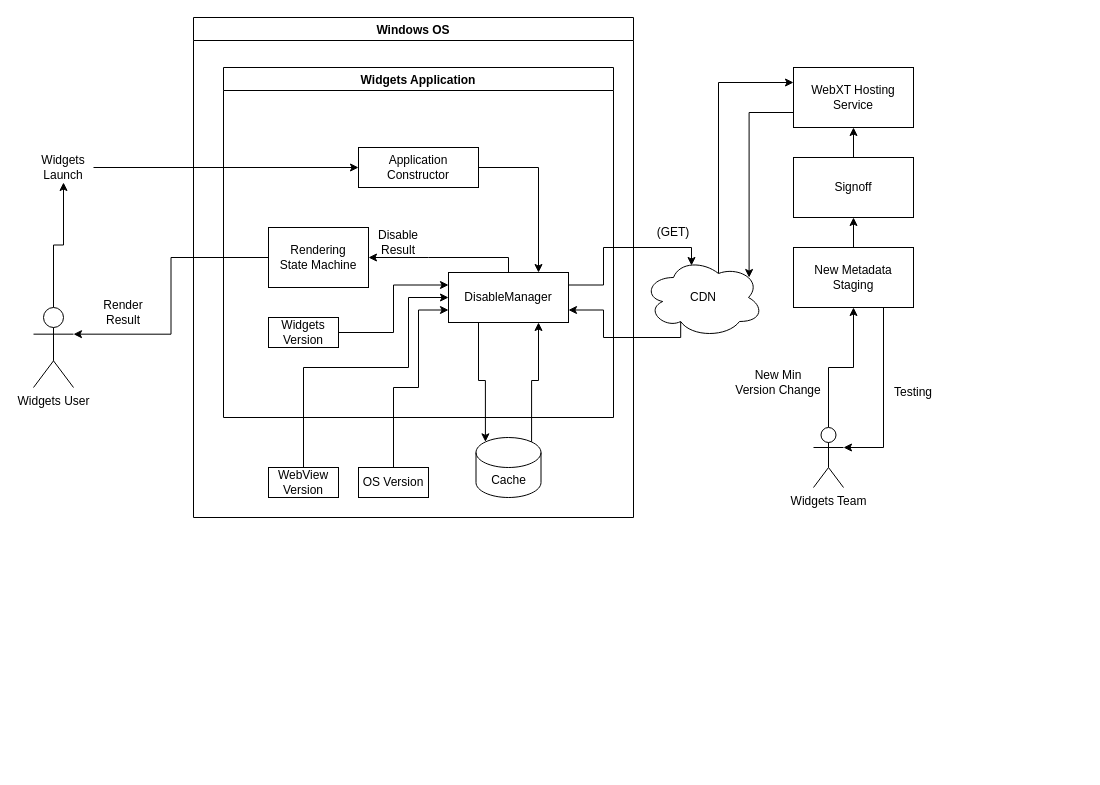
Before: tempdisable.drawio in bcso/designs, a draw.io diagram. Source tidied: cells renumbered, new cells numbered last; positions are measured from the earlier drawing's top-left corner, leaving out a move shared by most shapes. Both pictures are drawn from the tidied source at 100%, with x=0, y=0 at pixel (33, 17).
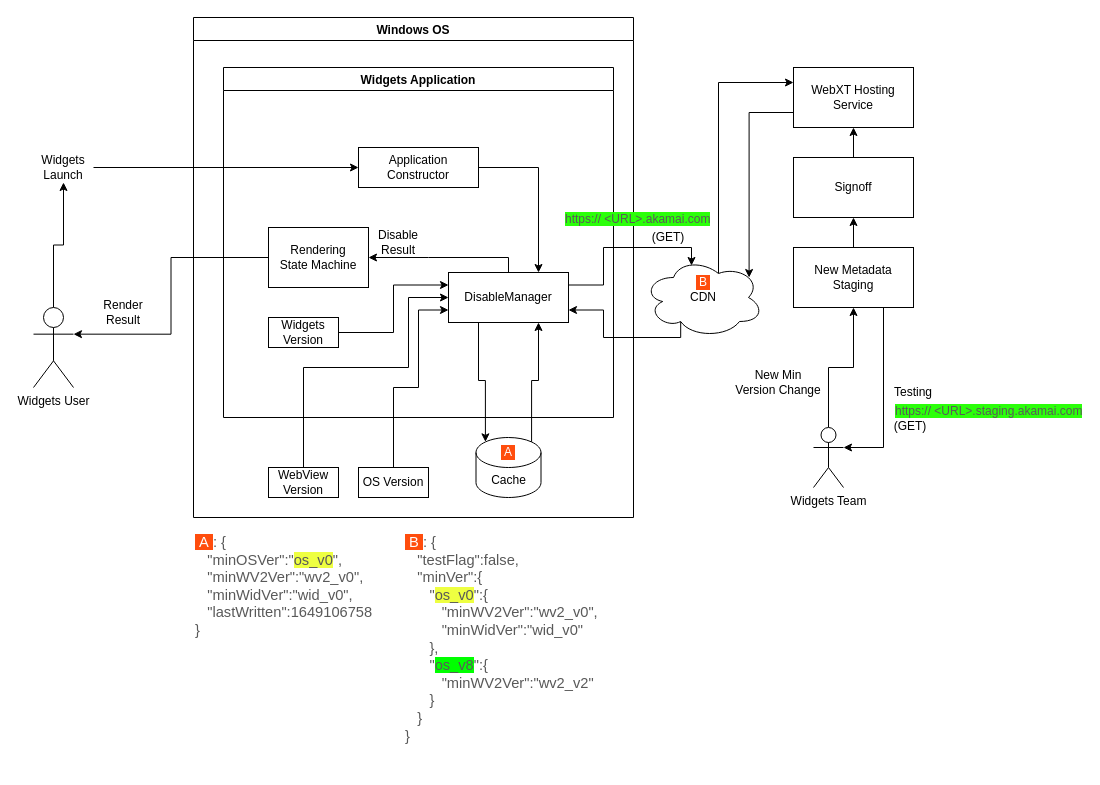
Above is the later version.

Unchanged cells that the change refers to:
```xml
<mxCell id="17" value="Windows OS" style="swimlane;" parent="1" vertex="1">
  <mxGeometry x="160" width="440" height="500" as="geometry" />
</mxCell>
```

Diff of the diagram source:
```diff
@@
+    <mxCell id="41" value="&lt;font color=&quot;#ffffff&quot;&gt;&amp;nbsp;A&amp;nbsp;&lt;/font&gt;" style="text;html=1;strokeColor=none;fillColor=none;align=center;verticalAlign=middle;whiteSpace=wrap;rounded=0;labelBackgroundColor=#FF4D0D;" parent="17" vertex="1">
+      <mxGeometry x="300" y="420" width="30" height="30" as="geometry" />
+    </mxCell>
@@
     <mxCell id="40" value="(GET)" style="text;html=1;strokeColor=none;fillColor=none;align=center;verticalAlign=middle;whiteSpace=wrap;rounded=0;" parent="1" vertex="1">
-      <mxGeometry x="610" y="200" width="60" height="30" as="geometry" />
+      <mxGeometry x="605" y="205" width="60" height="30" as="geometry" />
     </mxCell>
+    <mxCell id="42" value="&lt;font color=&quot;#ffffff&quot;&gt;&amp;nbsp;B&amp;nbsp;&lt;/font&gt;" style="text;html=1;strokeColor=none;fillColor=none;align=center;verticalAlign=middle;whiteSpace=wrap;rounded=0;labelBackgroundColor=#FF4D0D;" parent="1" vertex="1">
+      <mxGeometry x="655" y="250" width="30" height="30" as="geometry" />
+    </mxCell>
+    <mxCell id="43" value="&lt;b style=&quot;font-weight: normal&quot; id=&quot;docs-internal-guid-07ddddba-7fff-9c46-6d67-87d8fa03e866&quot;&gt;&lt;p dir=&quot;ltr&quot; style=&quot;line-height: 1.2 ; margin-top: 0pt ; margin-bottom: 0pt&quot;&gt;&lt;span style=&quot;font-size: 11pt ; font-family: &amp;#34;arial&amp;#34; ; font-weight: 400 ; font-style: normal ; font-variant: normal ; text-decoration: none ; vertical-align: baseline ; background-color: rgb(255 , 77 , 13)&quot;&gt;&amp;nbsp;B&amp;nbsp;&lt;/span&gt;&lt;span style=&quot;font-size: 11pt ; font-family: &amp;#34;arial&amp;#34; ; color: rgb(89 , 89 , 89) ; background-color: transparent ; font-weight: 400 ; font-style: normal ; font-variant: normal ; text-decoration: none ; vertical-align: baseline&quot;&gt;: {&lt;/span&gt;&lt;/p&gt;&lt;p dir=&quot;ltr&quot; style=&quot;line-height: 1.2 ; margin-top: 0pt ; margin-bottom: 0pt&quot;&gt;&lt;span style=&quot;font-size: 11pt ; font-family: &amp;#34;arial&amp;#34; ; color: rgb(89 , 89 , 89) ; background-color: transparent ; font-weight: 400 ; font-style: normal ; font-variant: normal ; text-decoration: none ; vertical-align: baseline&quot;&gt;&amp;nbsp;&amp;nbsp;&amp;nbsp;&quot;testFlag&quot;:false,&lt;/span&gt;&lt;/p&gt;&lt;p dir=&quot;ltr&quot; style=&quot;line-height: 1.2 ; margin-top: 0pt ; margin-bottom: 0pt&quot;&gt;&lt;span style=&quot;font-size: 11pt ; font-family: &amp;#34;arial&amp;#34; ; color: rgb(89 , 89 , 89) ; background-color: transparent ; font-weight: 400 ; font-style: normal ; font-variant: normal ; text-decoration: none ; vertical-align: baseline&quot;&gt;&amp;nbsp;&amp;nbsp;&amp;nbsp;&quot;minVer&quot;:{&lt;/span&gt;&lt;/p&gt;&lt;p dir=&quot;ltr&quot; style=&quot;line-height: 1.2 ; margin-top: 0pt ; margin-bottom: 0pt&quot;&gt;&lt;span style=&quot;font-size: 11pt ; font-family: &amp;#34;arial&amp;#34; ; color: rgb(89 , 89 , 89) ; background-color: transparent ; font-weight: 400 ; font-style: normal ; font-variant: normal ; text-decoration: none ; vertical-align: baseline&quot;&gt;&amp;nbsp;&amp;nbsp;&amp;nbsp;&amp;nbsp;&amp;nbsp;&amp;nbsp;&quot;&lt;/span&gt;&lt;span style=&quot;font-size: 11pt ; font-family: &amp;#34;arial&amp;#34; ; color: rgb(89 , 89 , 89) ; background-color: rgb(238 , 255 , 65) ; font-weight: 400 ; font-style: normal ; font-variant: normal ; text-decoration: none ; vertical-align: baseline&quot;&gt;os_v0&lt;/span&gt;&lt;span style=&quot;font-size: 11pt ; font-family: &amp;#34;arial&amp;#34; ; color: rgb(89 , 89 , 89) ; background-color: transparent ; font-weight: 400 ; font-style: normal ; font-variant: normal ; text-decoration: none ; vertical-align: baseline&quot;&gt;&quot;:{&lt;/span&gt;&lt;/p&gt;&lt;p dir=&quot;ltr&quot; style=&quot;line-height: 1.2 ; margin-top: 0pt ; margin-bottom: 0pt&quot;&gt;&lt;span style=&quot;font-size: 11pt ; font-family: &amp;#34;arial&amp;#34; ; color: rgb(89 , 89 , 89) ; background-color: transparent ; font-weight: 400 ; font-style: normal ; font-variant: normal ; text-decoration: none ; vertical-align: baseline&quot;&gt;&amp;nbsp;&amp;nbsp;&amp;nbsp;&amp;nbsp;&amp;nbsp;&amp;nbsp;&amp;nbsp;&amp;nbsp;&amp;nbsp;&quot;minWV2Ver&quot;:&quot;wv2_v0&quot;,&lt;/span&gt;&lt;/p&gt;&lt;p dir=&quot;ltr&quot; style=&quot;line-height: 1.2 ; margin-top: 0pt ; margin-bottom: 0pt&quot;&gt;&lt;span style=&quot;font-size: 11pt ; font-family: &amp;#34;arial&amp;#34; ; color: rgb(89 , 89 , 89) ; background-color: transparent ; font-weight: 400 ; font-style: normal ; font-variant: normal ; text-decoration: none ; vertical-align: baseline&quot;&gt;&amp;nbsp;&amp;nbsp;&amp;nbsp;&amp;nbsp;&amp;nbsp;&amp;nbsp;&amp;nbsp;&amp;nbsp;&amp;nbsp;&quot;minWidVer&quot;:&quot;wid_v0&quot;&lt;/span&gt;&lt;/p&gt;&lt;p dir=&quot;ltr&quot; style=&quot;line-height: 1.2 ; margin-top: 0pt ; margin-bottom: 0pt&quot;&gt;&lt;span style=&quot;font-size: 11pt ; font-family: &amp;#34;arial&amp;#34; ; color: rgb(89 , 89 , 89) ; background-color: transparent ; font-weight: 400 ; font-style: normal ; font-variant: normal ; text-decoration: none ; vertical-align: baseline&quot;&gt;&amp;nbsp;&amp;nbsp;&amp;nbsp;&amp;nbsp;&amp;nbsp;&amp;nbsp;},&lt;/span&gt;&lt;/p&gt;&lt;p dir=&quot;ltr&quot; style=&quot;line-height: 1.2 ; margin-top: 0pt ; margin-bottom: 0pt&quot;&gt;&lt;span style=&quot;font-size: 11pt ; font-family: &amp;#34;arial&amp;#34; ; color: rgb(89 , 89 , 89) ; background-color: transparent ; font-weight: 400 ; font-style: normal ; font-variant: normal ; text-decoration: none ; vertical-align: baseline&quot;&gt;&amp;nbsp;&amp;nbsp;&amp;nbsp;&amp;nbsp;&amp;nbsp;&amp;nbsp;&quot;&lt;/span&gt;&lt;span style=&quot;font-size: 11pt ; font-family: &amp;#34;arial&amp;#34; ; color: rgb(89 , 89 , 89) ; background-color: rgb(0 , 255 , 0) ; font-weight: 400 ; font-style: normal ; font-variant: normal ; text-decoration: none ; vertical-align: baseline&quot;&gt;os_v8&lt;/span&gt;&lt;span style=&quot;font-size: 11pt ; font-family: &amp;#34;arial&amp;#34; ; color: rgb(89 , 89 , 89) ; background-color: transparent ; font-weight: 400 ; font-style: normal ; font-variant: normal ; text-decoration: none ; vertical-align: baseline&quot;&gt;&quot;:{&lt;/span&gt;&lt;/p&gt;&lt;p dir=&quot;ltr&quot; style=&quot;line-height: 1.2 ; margin-top: 0pt ; margin-bottom: 0pt&quot;&gt;&lt;span style=&quot;font-size: 11pt ; font-family: &amp;#34;arial&amp;#34; ; color: rgb(89 , 89 , 89) ; background-color: transparent ; font-weight: 400 ; font-style: normal ; font-variant: normal ; text-decoration: none ; vertical-align: baseline&quot;&gt;&amp;nbsp;&amp;nbsp;&amp;nbsp;&amp;nbsp;&amp;nbsp;&amp;nbsp;&amp;nbsp;&amp;nbsp;&amp;nbsp;&quot;minWV2Ver&quot;:&quot;wv2_v2&quot;&lt;/span&gt;&lt;/p&gt;&lt;p dir=&quot;ltr&quot; style=&quot;line-height: 1.2 ; margin-top: 0pt ; margin-bottom: 0pt&quot;&gt;&lt;span style=&quot;font-size: 11pt ; font-family: &amp;#34;arial&amp;#34; ; color: rgb(89 , 89 , 89) ; background-color: transparent ; font-weight: 400 ; font-style: normal ; font-variant: normal ; text-decoration: none ; vertical-align: baseline&quot;&gt;&amp;nbsp;&amp;nbsp;&amp;nbsp;&amp;nbsp;&amp;nbsp;&amp;nbsp;}&lt;/span&gt;&lt;/p&gt;&lt;p dir=&quot;ltr&quot; style=&quot;line-height: 1.2 ; margin-top: 0pt ; margin-bottom: 0pt&quot;&gt;&lt;span style=&quot;font-size: 11pt ; font-family: &amp;#34;arial&amp;#34; ; color: rgb(89 , 89 , 89) ; background-color: transparent ; font-weight: 400 ; font-style: normal ; font-variant: normal ; text-decoration: none ; vertical-align: baseline&quot;&gt;&amp;nbsp;&amp;nbsp;&amp;nbsp;}&lt;/span&gt;&lt;/p&gt;&lt;p dir=&quot;ltr&quot; style=&quot;line-height: 1.2 ; margin-top: 0pt ; margin-bottom: 0pt&quot;&gt;&lt;span style=&quot;font-size: 11pt ; font-family: &amp;#34;arial&amp;#34; ; color: rgb(89 , 89 , 89) ; background-color: transparent ; font-weight: 400 ; font-style: normal ; font-variant: normal ; text-decoration: none ; vertical-align: baseline&quot;&gt;}&lt;/span&gt;&lt;/p&gt;&lt;/b&gt;" style="text;whiteSpace=wrap;html=1;fontColor=#FFFFFF;" parent="1" vertex="1">
+      <mxGeometry x="370" y="510" width="230" height="240" as="geometry" />
+    </mxCell>
+    <mxCell id="44" value="&lt;b style=&quot;font-weight: normal&quot; id=&quot;docs-internal-guid-d77d2075-7fff-4f32-a230-d0921bb3ca2e&quot;&gt;&lt;span style=&quot;font-size: 11pt ; font-family: &amp;#34;arial&amp;#34; ; vertical-align: baseline ; background-color: rgb(255 , 77 , 13)&quot;&gt;&amp;nbsp;A&amp;nbsp;&lt;/span&gt;&lt;span style=&quot;background-color: transparent ; font-size: 11pt ; font-family: &amp;#34;arial&amp;#34; ; color: rgb(89 , 89 , 89) ; vertical-align: baseline&quot;&gt;:&amp;nbsp;&lt;span style=&quot;background-color: transparent ; font-size: 11pt&quot;&gt;{&lt;/span&gt;&lt;br&gt;&lt;/span&gt;&lt;p dir=&quot;ltr&quot; style=&quot;line-height: 1.2 ; margin-top: 0pt ; margin-bottom: 0pt&quot;&gt;&lt;span style=&quot;font-size: 11pt ; font-family: &amp;#34;arial&amp;#34; ; color: rgb(89 , 89 , 89) ; background-color: transparent ; font-weight: 400 ; font-style: normal ; font-variant: normal ; text-decoration: none ; vertical-align: baseline&quot;&gt;&amp;nbsp;&amp;nbsp;&amp;nbsp;&quot;minOSVer&quot;:&quot;&lt;/span&gt;&lt;span style=&quot;font-size: 11pt ; font-family: &amp;#34;arial&amp;#34; ; color: rgb(89 , 89 , 89) ; background-color: rgb(238 , 255 , 65) ; font-weight: 400 ; font-style: normal ; font-variant: normal ; text-decoration: none ; vertical-align: baseline&quot;&gt;os_v0&lt;/span&gt;&lt;span style=&quot;font-size: 11pt ; font-family: &amp;#34;arial&amp;#34; ; color: rgb(89 , 89 , 89) ; background-color: transparent ; font-weight: 400 ; font-style: normal ; font-variant: normal ; text-decoration: none ; vertical-align: baseline&quot;&gt;&quot;,&lt;/span&gt;&lt;/p&gt;&lt;p dir=&quot;ltr&quot; style=&quot;line-height: 1.2 ; margin-top: 0pt ; margin-bottom: 0pt&quot;&gt;&lt;span style=&quot;font-size: 11pt ; font-family: &amp;#34;arial&amp;#34; ; color: rgb(89 , 89 , 89) ; background-color: transparent ; font-weight: 400 ; font-style: normal ; font-variant: normal ; text-decoration: none ; vertical-align: baseline&quot;&gt;&amp;nbsp;&amp;nbsp;&amp;nbsp;&quot;minWV2Ver&quot;:&quot;wv2_v0&quot;,&lt;/span&gt;&lt;/p&gt;&lt;p dir=&quot;ltr&quot; style=&quot;line-height: 1.2 ; margin-top: 0pt ; margin-bottom: 0pt&quot;&gt;&lt;span style=&quot;font-size: 11pt ; font-family: &amp;#34;arial&amp;#34; ; color: rgb(89 , 89 , 89) ; background-color: transparent ; font-weight: 400 ; font-style: normal ; font-variant: normal ; text-decoration: none ; vertical-align: baseline&quot;&gt;&amp;nbsp;&amp;nbsp;&amp;nbsp;&quot;minWidVer&quot;:&quot;wid_v0&quot;,&lt;/span&gt;&lt;/p&gt;&lt;p dir=&quot;ltr&quot; style=&quot;line-height: 1.2 ; margin-top: 0pt ; margin-bottom: 0pt&quot;&gt;&lt;span style=&quot;font-size: 11pt ; font-family: &amp;#34;arial&amp;#34; ; color: rgb(89 , 89 , 89) ; background-color: transparent ; font-weight: 400 ; font-style: normal ; font-variant: normal ; text-decoration: none ; vertical-align: baseline&quot;&gt;&amp;nbsp;&amp;nbsp;&amp;nbsp;&quot;lastWritten&quot;:1649106758&lt;/span&gt;&lt;/p&gt;&lt;p dir=&quot;ltr&quot; style=&quot;line-height: 1.2 ; margin-top: 0pt ; margin-bottom: 0pt&quot;&gt;&lt;span style=&quot;font-size: 11pt ; font-family: &amp;#34;arial&amp;#34; ; color: rgb(89 , 89 , 89) ; background-color: transparent ; font-weight: 400 ; font-style: normal ; font-variant: normal ; text-decoration: none ; vertical-align: baseline&quot;&gt;}&lt;/span&gt;&lt;/p&gt;&lt;/b&gt;" style="text;whiteSpace=wrap;html=1;fontColor=#FFFFFF;" parent="1" vertex="1">
+      <mxGeometry x="160" y="510" width="200" height="140" as="geometry" />
+    </mxCell>
+    <mxCell id="45" value="&lt;b style=&quot;font-weight: normal; font-size: 12px;&quot; id=&quot;docs-internal-guid-5b1a8fe2-7fff-7fd2-f874-8e13301df203&quot;&gt;&lt;span style=&quot;font-size: 12px; font-family: arial; color: rgb(89, 89, 89); font-weight: 400; font-style: normal; font-variant: normal; text-decoration: none; vertical-align: baseline; background-color: rgb(43, 255, 10);&quot;&gt;https:// &amp;lt;URL&amp;gt;.akamai.com&lt;/span&gt;&lt;/b&gt;" style="text;whiteSpace=wrap;html=1;fontColor=#FFFFFF;fontSize=12;" parent="1" vertex="1">
+      <mxGeometry x="530" y="188" width="150" height="30" as="geometry" />
+    </mxCell>
+    <mxCell id="46" value="&lt;b style=&quot;font-weight: normal&quot; id=&quot;docs-internal-guid-8ba96314-7fff-b8c6-8097-592909a2e467&quot;&gt;&lt;span style=&quot;font-family: &amp;#34;arial&amp;#34; ; color: rgb(89 , 89 , 89) ; font-weight: 400 ; font-style: normal ; font-variant: normal ; text-decoration: none ; vertical-align: baseline ; background-color: rgb(43 , 255 , 10)&quot;&gt;&lt;font style=&quot;font-size: 12px&quot;&gt;https:// &amp;lt;URL&amp;gt;.staging.akamai.com&lt;/font&gt;&lt;/span&gt;&lt;/b&gt;" style="text;whiteSpace=wrap;html=1;fontSize=12;fontFamily=Helvetica;fontColor=#FFFFFF;" parent="1" vertex="1">
+      <mxGeometry x="860" y="380" width="190" height="30" as="geometry" />
+    </mxCell>
+    <mxCell id="47" value="(GET)" style="text;html=1;strokeColor=none;fillColor=none;align=center;verticalAlign=middle;whiteSpace=wrap;rounded=0;" parent="1" vertex="1">
+      <mxGeometry x="847" y="394" width="60" height="30" as="geometry" />
+    </mxCell>
```
